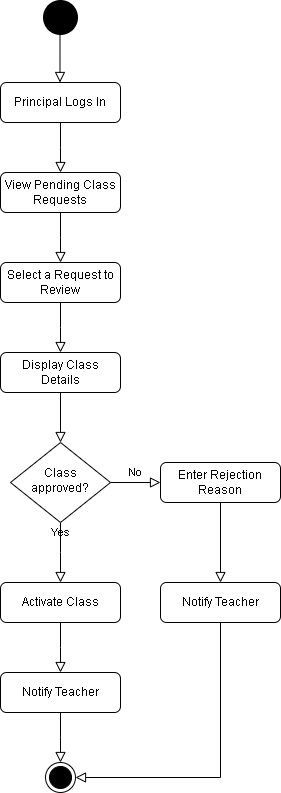
LeandroBakollari/learning-platform keeps this draw.io diagram as Activity-diagrams/activity-diagram-approve-class-request.drawio.png. Above is the earlier version. Source tidied: cells renumbered, new cells last; positions are measured from the earlier drawing's top-left corner, leaving out a move shared by most shapes.
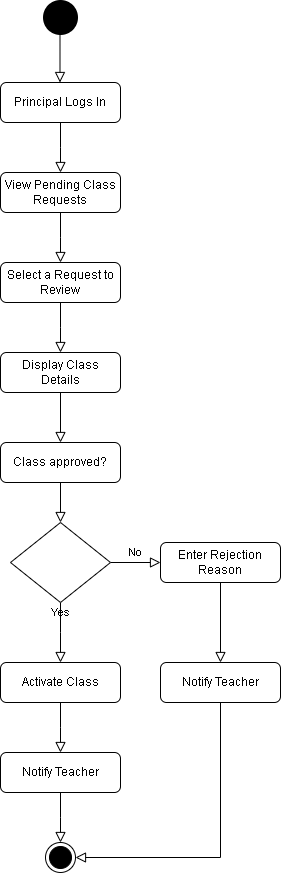
Above is the later version.

What changed in the source:
```diff
@@ -2,11 +2,11 @@
   <root>
     <mxCell id="0" />
     <mxCell id="1" parent="0" />
-    <mxCell id="2" style="rounded=0;html=1;jettySize=auto;fontSize=11;endArrow=block;endFill=0;endSize=8;strokeWidth=1;shadow=0;labelBackgroundColor=none;edgeStyle=orthogonalEdgeStyle;" parent="1" edge="1" source="3" target="6">
+    <mxCell id="2" style="rounded=0;html=1;jettySize=auto;fontSize=11;endArrow=block;endFill=0;endSize=8;strokeWidth=1;shadow=0;labelBackgroundColor=none;edgeStyle=orthogonalEdgeStyle;" parent="1" edge="1" source="3" target="25">
       <mxGeometry relative="1" as="geometry" />
     </mxCell>
     <mxCell id="3" value="Display Class Details" style="rounded=1;whiteSpace=wrap;html=1;fontSize=12;glass=0;strokeWidth=1;shadow=0;" parent="1" vertex="1">
-      <mxGeometry y="350" width="120" height="40" as="geometry" />
+      <mxGeometry y="270" width="120" height="40" as="geometry" />
     </mxCell>
     <mxCell id="4" value="Yes" style="rounded=0;html=1;jettySize=auto;fontSize=11;endArrow=block;endFill=0;endSize=8;strokeWidth=1;shadow=0;labelBackgroundColor=none;edgeStyle=orthogonalEdgeStyle;" parent="1" edge="1" source="6">
       <mxGeometry y="20" relative="1" as="geometry">
@@ -16,7 +16,7 @@
     <mxCell id="5" value="No" style="edgeStyle=orthogonalEdgeStyle;rounded=0;html=1;jettySize=auto;fontSize=11;endArrow=block;endFill=0;endSize=8;strokeWidth=1;shadow=0;labelBackgroundColor=none;" parent="1" edge="1" source="6" target="7">
       <mxGeometry y="10" relative="1" as="geometry" />
     </mxCell>
-    <mxCell id="6" value="Class approved?" style="rhombus;whiteSpace=wrap;html=1;shadow=0;fontFamily=Helvetica;fontSize=12;align=center;strokeWidth=1;spacing=6;spacingTop=-4;" parent="1" vertex="1">
+    <mxCell id="6" style="rhombus;whiteSpace=wrap;html=1;shadow=0;fontFamily=Helvetica;fontSize=12;align=center;strokeWidth=1;spacing=6;spacingTop=-4;" parent="1" vertex="1">
       <mxGeometry x="10" y="440" width="100" height="80" as="geometry" />
     </mxCell>
     <mxCell id="7" value="Enter Rejection Reason" style="rounded=1;whiteSpace=wrap;html=1;fontSize=12;glass=0;strokeWidth=1;shadow=0;" parent="1" vertex="1">
@@ -27,32 +27,32 @@
     </mxCell>
     <mxCell id="9" style="rounded=0;html=1;jettySize=auto;fontSize=11;endArrow=block;endFill=0;endSize=8;strokeWidth=1;shadow=0;labelBackgroundColor=none;edgeStyle=orthogonalEdgeStyle;" parent="1" edge="1" source="10">
       <mxGeometry relative="1" as="geometry">
-        <mxPoint x="60" y="350" as="targetPoint" />
+        <mxPoint x="60" y="270" as="targetPoint" />
       </mxGeometry>
     </mxCell>
     <mxCell id="10" value="Select a Request to Review" style="rounded=1;whiteSpace=wrap;html=1;fontSize=12;glass=0;strokeWidth=1;shadow=0;" parent="1" vertex="1">
-      <mxGeometry y="260" width="120" height="40" as="geometry" />
+      <mxGeometry y="180" width="120" height="40" as="geometry" />
     </mxCell>
     <mxCell id="11" style="rounded=0;html=1;jettySize=auto;fontSize=11;endArrow=block;endFill=0;endSize=8;strokeWidth=1;shadow=0;labelBackgroundColor=none;edgeStyle=orthogonalEdgeStyle;" parent="1" edge="1" source="12">
       <mxGeometry relative="1" as="geometry">
-        <mxPoint x="60" y="260" as="targetPoint" />
+        <mxPoint x="60" y="180" as="targetPoint" />
       </mxGeometry>
     </mxCell>
     <mxCell id="12" value="View Pending Class Requests" style="rounded=1;whiteSpace=wrap;html=1;fontSize=12;glass=0;strokeWidth=1;shadow=0;" parent="1" vertex="1">
-      <mxGeometry y="170" width="120" height="40" as="geometry" />
+      <mxGeometry y="90" width="120" height="40" as="geometry" />
     </mxCell>
     <mxCell id="13" style="rounded=0;html=1;jettySize=auto;fontSize=11;endArrow=block;endFill=0;endSize=8;strokeWidth=1;shadow=0;labelBackgroundColor=none;edgeStyle=orthogonalEdgeStyle;" parent="1" edge="1" source="14">
       <mxGeometry relative="1" as="geometry">
-        <mxPoint x="60" y="170" as="targetPoint" />
+        <mxPoint x="60" y="90" as="targetPoint" />
       </mxGeometry>
     </mxCell>
     <mxCell id="14" value="Principal Logs In" style="rounded=1;whiteSpace=wrap;html=1;fontSize=12;glass=0;strokeWidth=1;shadow=0;" parent="1" vertex="1">
-      <mxGeometry y="80" width="120" height="40" as="geometry" />
+      <mxGeometry width="120" height="40" as="geometry" />
     </mxCell>
     <mxCell id="15" style="rounded=0;html=1;jettySize=auto;orthogonalLoop=1;fontSize=11;endArrow=block;endFill=0;endSize=8;strokeWidth=1;shadow=0;labelBackgroundColor=none;edgeStyle=orthogonalEdgeStyle;" parent="1" edge="1">
       <mxGeometry relative="1" as="geometry">
-        <mxPoint x="59.5" y="30" as="sourcePoint" />
-        <mxPoint x="59.5" y="80" as="targetPoint" />
+        <mxPoint x="59.5" y="-50" as="sourcePoint" />
+        <mxPoint x="59.5" as="targetPoint" />
       </mxGeometry>
     </mxCell>
     <mxCell id="16" style="rounded=0;html=1;jettySize=auto;fontSize=11;endArrow=block;endFill=0;endSize=8;strokeWidth=1;shadow=0;labelBackgroundColor=none;edgeStyle=orthogonalEdgeStyle;" parent="1" edge="1" source="7" target="8">
@@ -85,7 +85,13 @@
       </mxGeometry>
     </mxCell>
     <mxCell id="23" style="ellipse;html=1;shape=endState;fillColor=#000000;strokeColor=#000000;strokeWidth=5;" parent="1" vertex="1">
-      <mxGeometry x="45" width="30" height="30" as="geometry" />
+      <mxGeometry x="45" y="-80" width="30" height="30" as="geometry" />
     </mxCell>
+    <mxCell id="24" style="rounded=0;html=1;jettySize=auto;fontSize=11;endArrow=block;endFill=0;endSize=8;strokeWidth=1;shadow=0;labelBackgroundColor=none;edgeStyle=orthogonalEdgeStyle;" parent="1" edge="1" source="25" target="6">
+      <mxGeometry relative="1" as="geometry" />
+    </mxCell>
+    <mxCell id="25" value="Class approved?" style="rounded=1;whiteSpace=wrap;html=1;fontSize=12;glass=0;strokeWidth=1;shadow=0;" parent="1" vertex="1">
+      <mxGeometry y="360" width="120" height="40" as="geometry" />
+    </mxCell>
   </root>
 </mxGraphModel>
```
